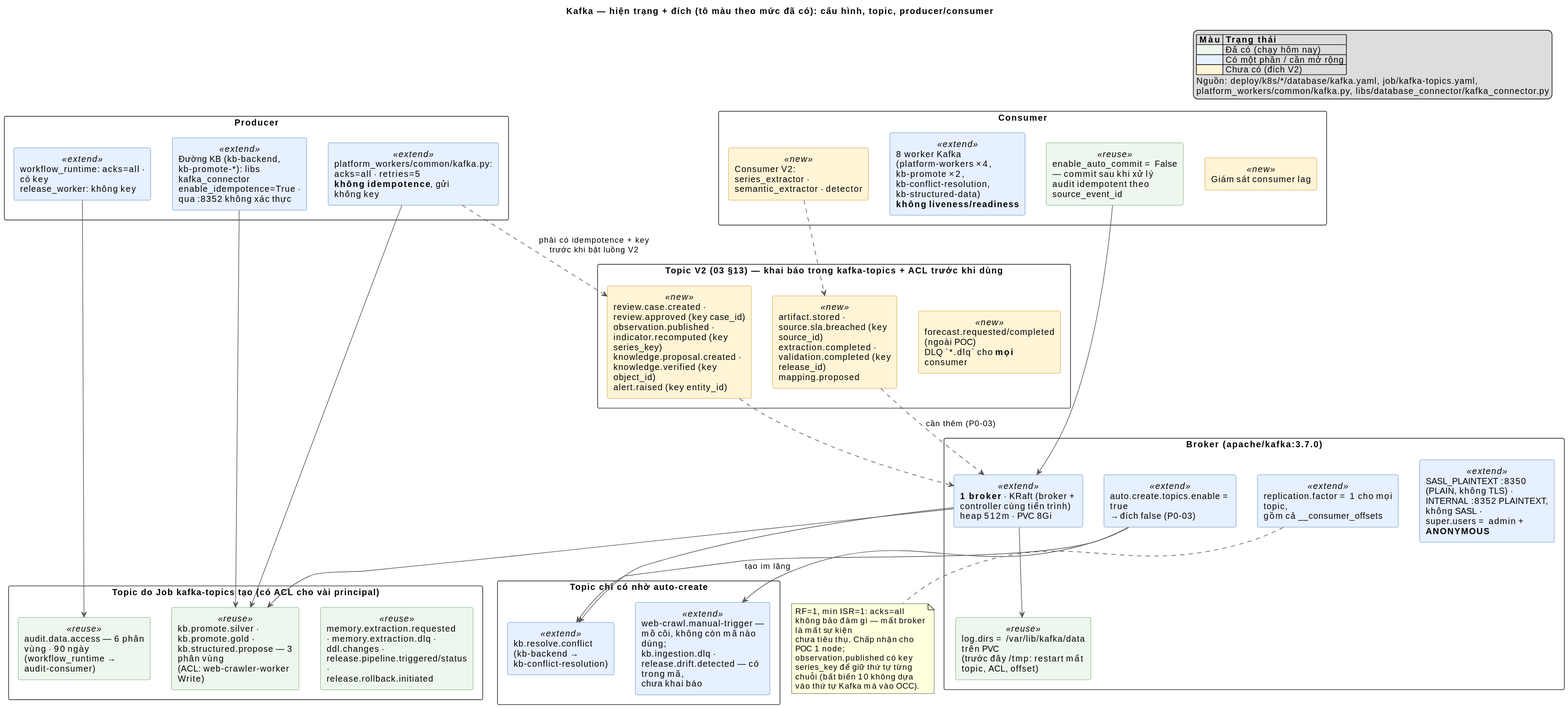
Above: docs/v2/diagrams/35-kafka.svg in affkjuhyt/Data-Agent (PlantUML), before the change.
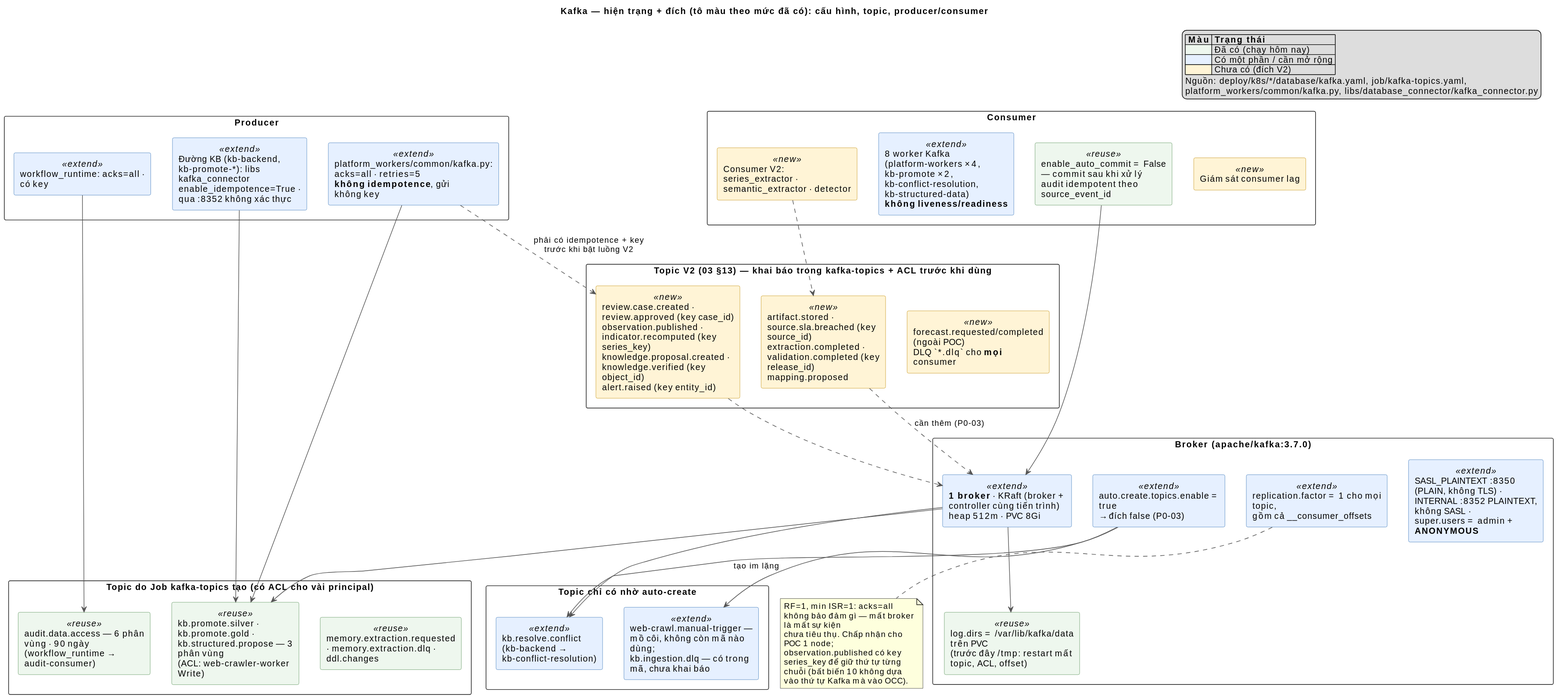
Above is the later version.

Change to the diagram source:
```diff
@@ -38,12 +38,12 @@
 package "Topic do Job kafka-topics tạo (có ACL cho vài principal)" {
   component "kb.promote.silver · kb.promote.gold ·\nkb.structured.propose — 3 phân vùng\n(ACL: web-crawler-worker Write)" <<reuse>> as T1
   component "audit.data.access — 6 phân vùng · 90 ngày\n(workflow_runtime → audit-consumer)" <<reuse>> as T2
-  component "memory.extraction.requested · memory.extraction.dlq ·\nddl.changes · release.pipeline.triggered/status ·\nrelease.rollback.initiated" <<reuse>> as T3
+  component "memory.extraction.requested · memory.extraction.dlq ·\nddl.changes" <<reuse>> as T3
 }
 
 package "Topic chỉ có nhờ auto-create" {
   component "kb.resolve.conflict (kb-backend → kb-conflict-resolution)" <<extend>> as T4
-  component "web-crawl.manual-trigger — mồ côi, không còn mã nào dùng;\nkb.ingestion.dlq · release.drift.detected — có trong mã,\nchưa khai báo" <<extend>> as T5
+  component "web-crawl.manual-trigger — mồ côi, không còn mã nào dùng;\nkb.ingestion.dlq — có trong mã, chưa khai báo" <<extend>> as T5
 }
 
 package "Topic V2 (03 §13) — khai báo trong kafka-topics + ACL trước khi dùng" {
@@ -55,7 +55,7 @@
 package "Producer" {
   component "Đường KB (kb-backend, kb-promote-*): libs kafka_connector\nenable_idempotence=True · qua :8352 không xác thực" <<extend>> as P1
   component "platform_workers/common/kafka.py: acks=all · retries=5\n**không idempotence**, gửi không key" <<extend>> as P2
-  component "workflow_runtime: acks=all · có key\nrelease_worker: không key" <<extend>> as P3
+  component "workflow_runtime: acks=all · có key" <<extend>> as P3
 }
 
 package "Consumer" {
```
